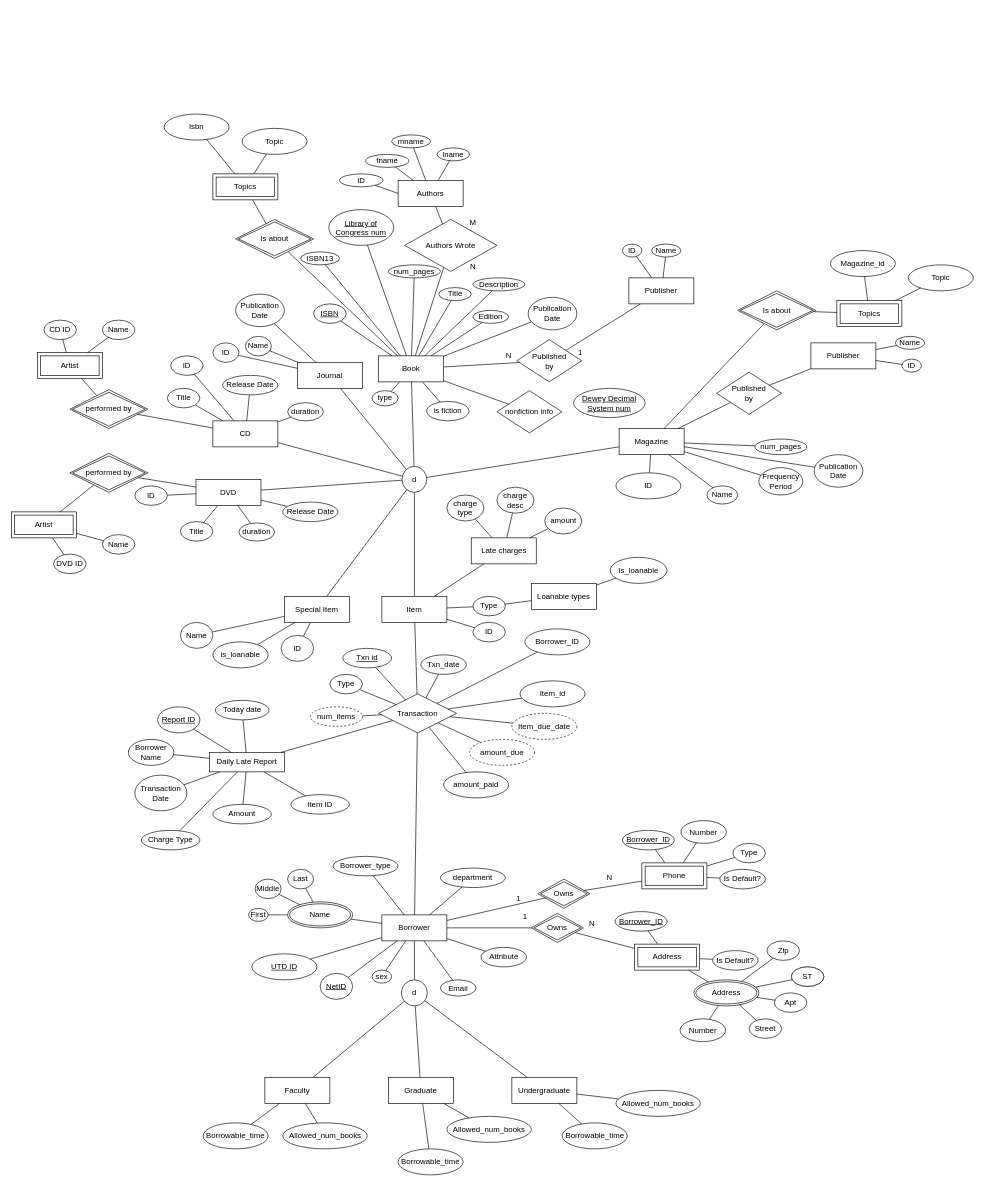
Before: library_er.drawio in camelCaseGuy/databaseDesignDrawing, a draw.io diagram. Source tidied: cells renumbered, new cells numbered last; positions are measured from the earlier drawing's top-left corner, leaving out a move shared by most shapes. Both pictures are drawn from the tidied source at 65%, with x=0, y=0 at pixel (11, 114).
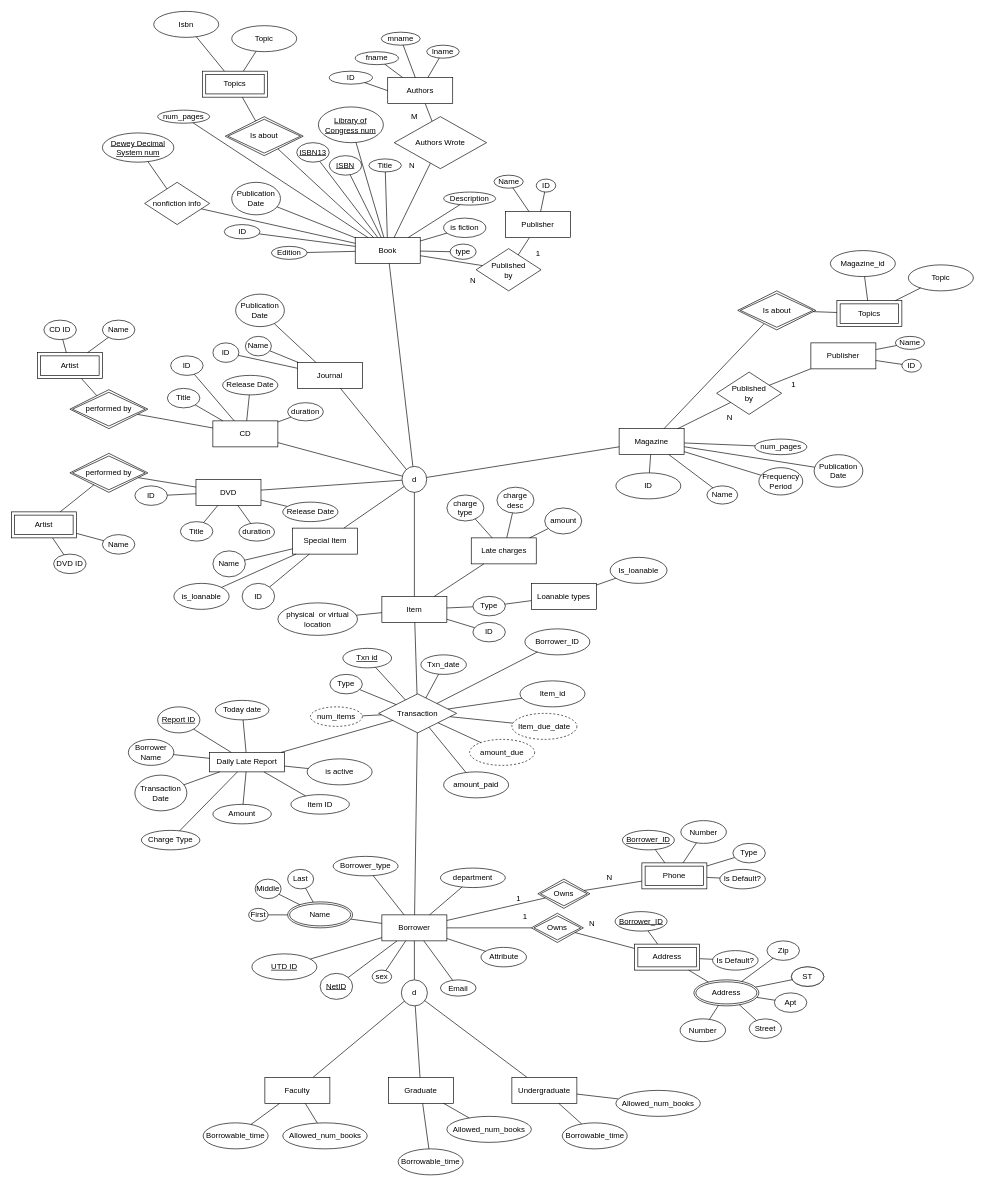
The same diagram, later.

Unchanged cells that the change refers to:
```xml
<mxCell id="71" value="Item" style="whiteSpace=wrap;html=1;align=center;" parent="1" vertex="1">
  <mxGeometry x="570" y="742" width="100" height="40" as="geometry" />
</mxCell>
<mxCell id="230" value="Daily Late Report" style="whiteSpace=wrap;html=1;align=center;" parent="1" vertex="1">
  <mxGeometry x="305" y="982" width="115" height="30" as="geometry" />
</mxCell>
```

The edit, as a diff of the source:
```diff
@@
     <mxCell id="3" value="Book" style="whiteSpace=wrap;html=1;align=center;" parent="1" vertex="1">
-      <mxGeometry x="565" y="372" width="100" height="40" as="geometry" />
+      <mxGeometry x="529" y="190" width="100" height="40" as="geometry" />
     </mxCell>
-    <mxCell id="4" value="ISBN13" style="ellipse;whiteSpace=wrap;html=1;align=center;" parent="1" vertex="1">
-      <mxGeometry x="445" y="212" width="60" height="20" as="geometry" />
-    </mxCell>
@@
     <mxCell id="6" value="num_pages" style="ellipse;whiteSpace=wrap;html=1;align=center;" parent="1" vertex="1">
-      <mxGeometry x="580" y="232" width="80" height="20" as="geometry" />
+      <mxGeometry x="225" y="-6" width="80" height="20" as="geometry" />
     </mxCell>
     <mxCell id="7" value="lname" style="ellipse;whiteSpace=wrap;html=1;align=center;" parent="1" vertex="1">
-      <mxGeometry x="655" y="52" width="50" height="20" as="geometry" />
+      <mxGeometry x="639" y="-106" width="50" height="20" as="geometry" />
     </mxCell>
@@
     <mxCell id="9" value="mname" style="ellipse;whiteSpace=wrap;html=1;align=center;" parent="1" vertex="1">
-      <mxGeometry x="585" y="32" width="60" height="20" as="geometry" />
+      <mxGeometry x="569" y="-126" width="60" height="20" as="geometry" />
     </mxCell>
@@
     <mxCell id="11" value="Edition" style="ellipse;whiteSpace=wrap;html=1;align=center;" parent="1" vertex="1">
-      <mxGeometry x="710" y="302" width="55" height="20" as="geometry" />
+      <mxGeometry x="400" y="203.5" width="55" height="20" as="geometry" />
     </mxCell>
@@
     <mxCell id="13" value="Title" style="ellipse;whiteSpace=wrap;html=1;align=center;" parent="1" vertex="1">
-      <mxGeometry x="657.5" y="267" width="50" height="20" as="geometry" />
+      <mxGeometry x="550" y="69" width="50" height="20" as="geometry" />
     </mxCell>
     <mxCell id="14" value="fname" style="ellipse;whiteSpace=wrap;html=1;align=center;" parent="1" vertex="1">
-      <mxGeometry x="545" y="62" width="66.5" height="20" as="geometry" />
+      <mxGeometry x="529" y="-96" width="66.5" height="20" as="geometry" />
     </mxCell>
@@
     <mxCell id="16" value="ISBN" style="ellipse;whiteSpace=wrap;html=1;align=center;fontStyle=4;strokeColor=default;verticalAlign=middle;" parent="1" vertex="1">
-      <mxGeometry x="465" y="292" width="50" height="30" as="geometry" />
+      <mxGeometry x="489" y="64" width="50" height="30" as="geometry" />
     </mxCell>
@@
     <mxCell id="18" value="Authors" style="whiteSpace=wrap;html=1;align=center;" parent="1" vertex="1">
-      <mxGeometry x="595" y="102" width="100" height="40" as="geometry" />
+      <mxGeometry x="579" y="-56" width="100" height="40" as="geometry" />
     </mxCell>
@@
     <mxCell id="21" value="Authors Wrote" style="rhombus;whiteSpace=wrap;html=1;" parent="1" vertex="1">
-      <mxGeometry x="605" y="162" width="142" height="80" as="geometry" />
+      <mxGeometry x="589" y="4" width="142" height="80" as="geometry" />
     </mxCell>
     <mxCell id="22" value="M" style="text;html=1;align=center;verticalAlign=middle;strokeColor=none;fillColor=none;" parent="1" vertex="1">
-      <mxGeometry x="695" y="152" width="30" height="30" as="geometry" />
+      <mxGeometry x="605" y="-11" width="30" height="30" as="geometry" />
     </mxCell>
     <mxCell id="23" value="N" style="text;html=1;align=center;verticalAlign=middle;strokeColor=none;fillColor=none;" parent="1" vertex="1">
-      <mxGeometry x="695" y="220" width="30" height="30" as="geometry" />
+      <mxGeometry x="601" y="64" width="30" height="30" as="geometry" />
     </mxCell>
     <mxCell id="24" value="Publication&lt;br&gt;Date" style="ellipse;whiteSpace=wrap;html=1;align=center;" parent="1" vertex="1">
-      <mxGeometry x="795" y="282" width="75" height="50" as="geometry" />
+      <mxGeometry x="339" y="105" width="75" height="50" as="geometry" />
     </mxCell>
@@
     <mxCell id="27" value="ID" style="ellipse;whiteSpace=wrap;html=1;align=center;" parent="1" vertex="1">
-      <mxGeometry x="505" y="92" width="66.5" height="20" as="geometry" />
+      <mxGeometry x="489" y="-66" width="66.5" height="20" as="geometry" />
     </mxCell>
@@
     <mxCell id="111" value="ID" style="ellipse;whiteSpace=wrap;html=1;align=center;" parent="1" vertex="1">
-      <mxGeometry x="940" y="200" width="30" height="20" as="geometry" />
+      <mxGeometry x="807.5" y="100" width="30" height="20" as="geometry" />
     </mxCell>
@@
     <mxCell id="115" value="Published&lt;br&gt;by" style="rhombus;whiteSpace=wrap;html=1;" parent="1" vertex="1">
-      <mxGeometry x="777.5" y="347" width="100" height="65" as="geometry" />
+      <mxGeometry x="715" y="207" width="100" height="65" as="geometry" />
     </mxCell>
@@
     <mxCell id="124" value="Publisher" style="whiteSpace=wrap;html=1;align=center;" parent="1" vertex="1">
-      <mxGeometry x="950" y="252" width="100" height="40" as="geometry" />
+      <mxGeometry x="760" y="150" width="100" height="40" as="geometry" />
     </mxCell>
@@
     <mxCell id="127" value="Is about" style="shape=rhombus;double=1;perimeter=rhombusPerimeter;whiteSpace=wrap;html=1;align=center;" parent="1" vertex="1">
-      <mxGeometry x="345" y="162" width="120" height="60" as="geometry" />
+      <mxGeometry x="329" y="4" width="120" height="60" as="geometry" />
     </mxCell>
     <mxCell id="128" value="Topics" style="shape=ext;margin=3;double=1;whiteSpace=wrap;html=1;align=center;" parent="1" vertex="1">
-      <mxGeometry x="310" y="92" width="100" height="40" as="geometry" />
+      <mxGeometry x="294" y="-66" width="100" height="40" as="geometry" />
     </mxCell>
@@
     <mxCell id="138" value="Isbn" style="ellipse;whiteSpace=wrap;html=1;align=center;" parent="1" vertex="1">
-      <mxGeometry x="235" width="100" height="40" as="geometry" />
+      <mxGeometry x="219" y="-158" width="100" height="40" as="geometry" />
     </mxCell>
     <mxCell id="139" value="Topic" style="ellipse;whiteSpace=wrap;html=1;align=center;" parent="1" vertex="1">
-      <mxGeometry x="355" y="22" width="100" height="40" as="geometry" />
+      <mxGeometry x="339" y="-136" width="100" height="40" as="geometry" />
     </mxCell>
@@
     <mxCell id="145" value="Special Item" style="whiteSpace=wrap;html=1;align=center;" parent="1" vertex="1">
-      <mxGeometry x="420" y="742" width="100" height="40" as="geometry" />
+      <mxGeometry x="432.5" y="637" width="100" height="40" as="geometry" />
     </mxCell>
@@
     <mxCell id="184" value="Name" style="ellipse;whiteSpace=wrap;html=1;align=center;" parent="1" vertex="1">
-      <mxGeometry x="260" y="782" width="50" height="40" as="geometry" />
+      <mxGeometry x="310" y="672" width="50" height="40" as="geometry" />
     </mxCell>
     <mxCell id="185" value="is_loanable" style="ellipse;whiteSpace=wrap;html=1;align=center;" parent="1" vertex="1">
-      <mxGeometry x="310" y="812" width="85" height="40" as="geometry" />
+      <mxGeometry x="250" y="722" width="85" height="40" as="geometry" />
     </mxCell>
     <mxCell id="186" value="ID" style="ellipse;whiteSpace=wrap;html=1;align=center;" parent="1" vertex="1">
-      <mxGeometry x="415" y="802" width="50" height="40" as="geometry" />
+      <mxGeometry x="355" y="722" width="50" height="40" as="geometry" />
     </mxCell>
@@
     <mxCell id="237" value="is fiction" style="ellipse;whiteSpace=wrap;html=1;align=center;" parent="1" vertex="1">
-      <mxGeometry x="639" y="442" width="65" height="30" as="geometry" />
+      <mxGeometry x="665" y="160" width="65" height="30" as="geometry" />
     </mxCell>
     <mxCell id="238" value="nonfiction info" style="rhombus;whiteSpace=wrap;html=1;" parent="1" vertex="1">
-      <mxGeometry x="747" y="425.5" width="100" height="65" as="geometry" />
+      <mxGeometry x="205" y="105" width="100" height="65" as="geometry" />
     </mxCell>
@@
     <mxCell id="241" value="Dewey Decimal System num" style="ellipse;whiteSpace=wrap;html=1;align=center;fontStyle=4;" parent="1" vertex="1">
-      <mxGeometry x="865" y="422" width="110" height="45" as="geometry" />
+      <mxGeometry x="140" y="29" width="110" height="45" as="geometry" />
     </mxCell>
     <mxCell id="242" value="1" style="text;html=1;align=center;verticalAlign=middle;strokeColor=none;fillColor=none;" parent="1" vertex="1">
-      <mxGeometry x="860" y="352" width="30" height="30" as="geometry" />
+      <mxGeometry x="795" y="200" width="30" height="30" as="geometry" />
     </mxCell>
     <mxCell id="243" value="N" style="text;html=1;align=center;verticalAlign=middle;strokeColor=none;fillColor=none;" parent="1" vertex="1">
-      <mxGeometry x="750" y="357" width="30" height="30" as="geometry" />
+      <mxGeometry x="695" y="242" width="30" height="30" as="geometry" />
     </mxCell>
@@
     <mxCell id="245" value="Name" style="ellipse;whiteSpace=wrap;html=1;align=center;" parent="1" vertex="1">
-      <mxGeometry x="985" y="200" width="45" height="20" as="geometry" />
+      <mxGeometry x="742.5" y="94" width="45" height="20" as="geometry" />
     </mxCell>
@@
     <mxCell id="251" value="type" style="ellipse;whiteSpace=wrap;html=1;align=center;" parent="1" vertex="1">
-      <mxGeometry x="555" y="425.5" width="40" height="23.5" as="geometry" />
+      <mxGeometry x="675" y="200" width="40" height="23.5" as="geometry" />
     </mxCell>
@@
     <mxCell id="253" value="Library of Congress num" style="ellipse;whiteSpace=wrap;html=1;align=center;fontStyle=4;" parent="1" vertex="1">
-      <mxGeometry x="488.3" y="147" width="100" height="55" as="geometry" />
+      <mxGeometry x="472.3" y="-11" width="100" height="55" as="geometry" />
     </mxCell>
@@
     <mxCell id="255" value="Description" style="ellipse;whiteSpace=wrap;html=1;align=center;" parent="1" vertex="1">
-      <mxGeometry x="710" y="252" width="80" height="20" as="geometry" />
+      <mxGeometry x="665" y="120" width="80" height="20" as="geometry" />
     </mxCell>
@@
+    <mxCell id="275" value="is active" style="ellipse;whiteSpace=wrap;html=1;align=center;" parent="1" vertex="1">
+      <mxGeometry x="455" y="992" width="100" height="40" as="geometry" />
+    </mxCell>
+    <mxCell id="276" style="endArrow=none;html=1;rounded=0;" parent="1" edge="1" source="230" target="275">
+      <mxGeometry relative="1" as="geometry" />
+    </mxCell>
+    <mxCell id="277" style="endArrow=none;html=1;rounded=0;" parent="1" edge="1" source="238" target="241">
+      <mxGeometry relative="1" as="geometry" />
+    </mxCell>
+    <mxCell id="278" value="1" style="text;html=1;align=center;verticalAlign=middle;strokeColor=none;fillColor=none;" parent="1" vertex="1">
+      <mxGeometry x="1187.5" y="402" width="30" height="30" as="geometry" />
+    </mxCell>
+    <mxCell id="279" value="N" style="text;html=1;align=center;verticalAlign=middle;strokeColor=none;fillColor=none;" parent="1" vertex="1">
+      <mxGeometry x="1090" y="452" width="30" height="30" as="geometry" />
+    </mxCell>
+    <mxCell id="280" value="physical&amp;nbsp; or virtual location" style="ellipse;whiteSpace=wrap;html=1;align=center;" parent="1" vertex="1">
+      <mxGeometry x="410" y="752" width="122.5" height="50" as="geometry" />
+    </mxCell>
+    <mxCell id="281" style="endArrow=none;html=1;rounded=0;" parent="1" edge="1" source="71" target="280">
+      <mxGeometry relative="1" as="geometry" />
+    </mxCell>
+    <mxCell id="4" value="ISBN13" style="ellipse;whiteSpace=wrap;html=1;align=center;fontStyle=4;strokeColor=default;verticalAlign=middle;" parent="1" vertex="1">
+      <mxGeometry x="439" y="44" width="50" height="30" as="geometry" />
+    </mxCell>
+    <mxCell id="282" value="ID" style="ellipse;whiteSpace=wrap;html=1;align=center;" parent="1" vertex="1">
+      <mxGeometry x="327.5" y="170" width="55" height="22" as="geometry" />
+    </mxCell>
+    <mxCell id="283" style="endArrow=none;html=1;rounded=0;" parent="1" edge="1" source="282" target="3">
+      <mxGeometry relative="1" as="geometry" />
+    </mxCell>
```
